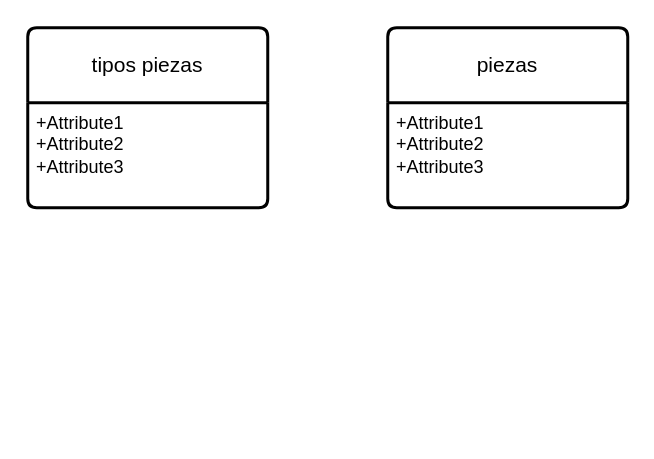
AsierGArranz/aga-sru-sa-t-UD12DiagramaER-11102023 keeps this draw.io diagram as ejercicio4.drawio. Above is the earlier version. Source tidied: cells renumbered, new cells numbered last; positions are measured from the earlier drawing's top-left corner, leaving out a move shared by most shapes. Both pictures are drawn from the tidied source at 150%, with x=0, y=0 at pixel (27, 27).
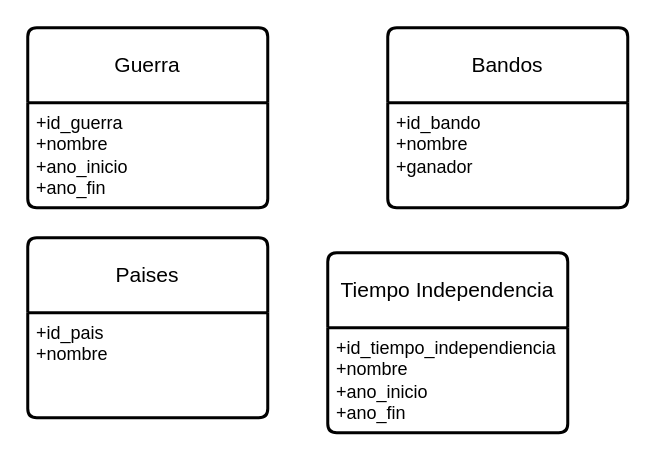
The same page after the edit.

What changed in the source:
```diff
@@
 <mxGraphModel>
   <root>
     <mxCell id="0" />
     <mxCell id="1" parent="0" />
-    <mxCell id="2" value="tipos piezas" style="swimlane;horizontal=1;startSize=50;rounded=1;fontSize=14;fontStyle=0;strokeWidth=2;shadow=0;dashed=0;align=center;arcSize=4;whiteSpace=wrap;html=1;" parent="1" vertex="1">
+    <mxCell id="2" value="Guerra" style="swimlane;horizontal=1;startSize=50;rounded=1;fontSize=14;fontStyle=0;strokeWidth=2;shadow=0;dashed=0;align=center;arcSize=4;whiteSpace=wrap;html=1;" parent="1" vertex="1">
       <mxGeometry width="160" height="120" as="geometry" />
     </mxCell>
-    <mxCell id="3" value="+Attribute1&#10;+Attribute2&#10;+Attribute3" style="align=left;strokeColor=none;fillColor=none;spacingLeft=4;fontSize=12;verticalAlign=top;html=1;" parent="2" vertex="1">
+    <mxCell id="3" value="+id_guerra&lt;br&gt;+nombre&lt;br&gt;+ano_inicio&lt;br&gt;+ano_fin" style="align=left;strokeColor=none;fillColor=none;spacingLeft=4;fontSize=12;verticalAlign=top;html=1;" parent="2" vertex="1">
       <mxGeometry y="50" width="160" height="70" as="geometry" />
     </mxCell>
-    <mxCell id="4" value="piezas" style="swimlane;horizontal=1;startSize=50;rounded=1;fontSize=14;fontStyle=0;strokeWidth=2;shadow=0;dashed=0;align=center;arcSize=4;whiteSpace=wrap;html=1;" parent="1" vertex="1">
+    <mxCell id="4" value="Bandos" style="swimlane;horizontal=1;startSize=50;rounded=1;fontSize=14;fontStyle=0;strokeWidth=2;shadow=0;dashed=0;align=center;arcSize=4;whiteSpace=wrap;html=1;" parent="1" vertex="1">
       <mxGeometry x="240" width="160" height="120" as="geometry" />
     </mxCell>
-    <mxCell id="5" value="+Attribute1&#10;+Attribute2&#10;+Attribute3" style="align=left;strokeColor=none;fillColor=none;spacingLeft=4;fontSize=12;verticalAlign=top;html=1;" parent="4" vertex="1">
+    <mxCell id="5" value="+id_bando&lt;br&gt;+nombre&lt;br&gt;+ganador" style="align=left;strokeColor=none;fillColor=none;spacingLeft=4;fontSize=12;verticalAlign=top;html=1;" parent="4" vertex="1">
       <mxGeometry y="50" width="160" height="70" as="geometry" />
     </mxCell>
+    <mxCell id="6" value="Paises" style="swimlane;horizontal=1;startSize=50;rounded=1;fontSize=14;fontStyle=0;strokeWidth=2;shadow=0;dashed=0;align=center;arcSize=4;whiteSpace=wrap;html=1;" parent="1" vertex="1">
+      <mxGeometry y="140" width="160" height="120" as="geometry" />
+    </mxCell>
+    <mxCell id="7" value="+id_pais&lt;br&gt;+nombre" style="align=left;strokeColor=none;fillColor=none;spacingLeft=4;fontSize=12;verticalAlign=top;html=1;" parent="6" vertex="1">
+      <mxGeometry y="50" width="160" height="70" as="geometry" />
+    </mxCell>
+    <mxCell id="8" value="Tiempo Independencia" style="swimlane;horizontal=1;startSize=50;rounded=1;fontSize=14;fontStyle=0;strokeWidth=2;shadow=0;dashed=0;align=center;arcSize=4;whiteSpace=wrap;html=1;" parent="1" vertex="1">
+      <mxGeometry x="200" y="150" width="160" height="120" as="geometry" />
+    </mxCell>
+    <mxCell id="9" value="+id_tiempo_independiencia&lt;br&gt;+nombre&lt;br&gt;+ano_inicio&lt;br&gt;+ano_fin" style="align=left;strokeColor=none;fillColor=none;spacingLeft=4;fontSize=12;verticalAlign=top;html=1;" parent="8" vertex="1">
+      <mxGeometry y="50" width="160" height="70" as="geometry" />
+    </mxCell>
   </root>
 </mxGraphModel>
```
